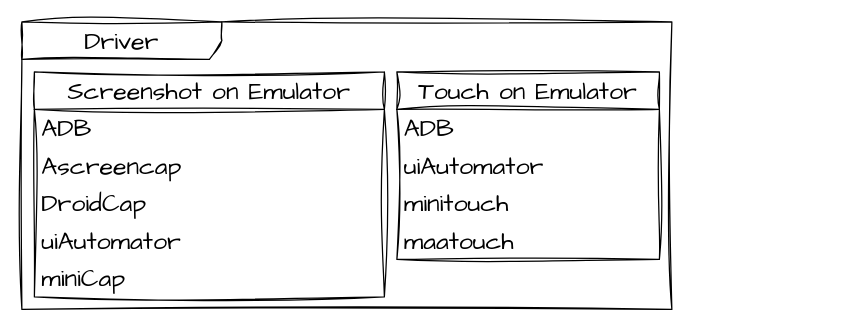
This is page "Driver" (4 of 6) of drawio/main.drawio from CherryGS/AutoScriptFramework, a draw.io file, before an edit. Source tidied: cells renumbered, new cells numbered last; positions are measured from the earlier drawing's top-left corner, leaving out a move shared by most shapes. Both pictures are drawn from the tidied source at 125%, with x=0, y=0 at pixel (21, 21).
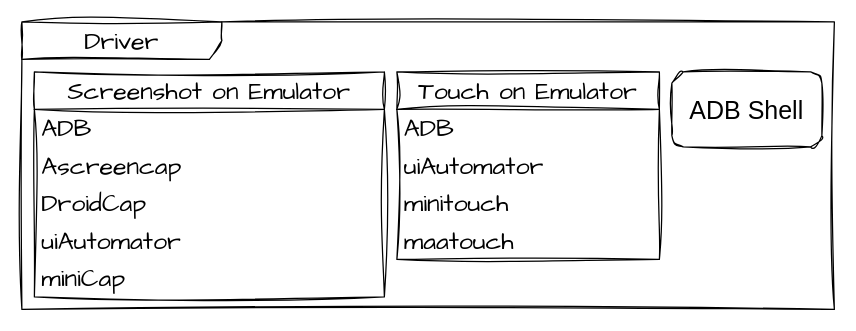
Above is the later version.

The edit, as a diff of the source:
```diff
@@
 <mxGraphModel>
   <root>
     <mxCell id="0" />
     <mxCell id="1" parent="0" />
     <mxCell id="2" value="Driver" style="shape=umlFrame;whiteSpace=wrap;html=1;width=160;sketch=1;hachureGap=4;jiggle=2;curveFitting=1;fontFamily=Architects Daughter;fontSize=20;" parent="1" vertex="1">
-      <mxGeometry width="520" height="230" as="geometry" />
+      <mxGeometry width="650" height="230" as="geometry" />
     </mxCell>
     <mxCell id="3" value="Screenshot on Emulator" style="swimlane;fontStyle=0;horizontal=1;startSize=30;whiteSpace=wrap;html=1;sketch=1;hachureGap=4;jiggle=2;curveFitting=1;fontFamily=Architects Daughter;fontSize=20;" parent="2" vertex="1">
       <mxGeometry x="10" y="40" width="280" height="180" as="geometry" />
     </mxCell>
     <mxCell id="4" value="ADB" style="text;strokeColor=none;fillColor=none;align=left;verticalAlign=middle;spacingLeft=4;spacingRight=4;overflow=hidden;whiteSpace=wrap;html=1;fontSize=20;fontFamily=Architects Daughter;" parent="3" vertex="1">
       <mxGeometry y="30" width="280" height="30" as="geometry" />
     </mxCell>
     <mxCell id="5" value="Ascreencap" style="text;strokeColor=none;fillColor=none;align=left;verticalAlign=middle;spacingLeft=4;spacingRight=4;overflow=hidden;whiteSpace=wrap;html=1;fontSize=20;fontFamily=Architects Daughter;" parent="3" vertex="1">
       <mxGeometry y="60" width="280" height="30" as="geometry" />
     </mxCell>
     <mxCell id="6" value="DroidCap" style="text;strokeColor=none;fillColor=none;align=left;verticalAlign=middle;spacingLeft=4;spacingRight=4;overflow=hidden;whiteSpace=wrap;html=1;fontSize=20;fontFamily=Architects Daughter;" parent="3" vertex="1">
       <mxGeometry y="90" width="280" height="30" as="geometry" />
     </mxCell>
     <mxCell id="7" value="uiAutomator" style="text;strokeColor=none;fillColor=none;align=left;verticalAlign=middle;spacingLeft=4;spacingRight=4;overflow=hidden;whiteSpace=wrap;html=1;fontSize=20;fontFamily=Architects Daughter;" parent="3" vertex="1">
       <mxGeometry y="120" width="280" height="30" as="geometry" />
     </mxCell>
     <mxCell id="8" value="miniCap" style="text;strokeColor=none;fillColor=none;align=left;verticalAlign=middle;spacingLeft=4;spacingRight=4;overflow=hidden;whiteSpace=wrap;html=1;fontSize=20;fontFamily=Architects Daughter;" parent="3" vertex="1">
       <mxGeometry y="150" width="280" height="30" as="geometry" />
     </mxCell>
     <mxCell id="9" value="Touch on Emulator" style="swimlane;fontStyle=0;horizontal=1;startSize=30;whiteSpace=wrap;html=1;sketch=1;hachureGap=4;jiggle=2;curveFitting=1;fontFamily=Architects Daughter;fontSize=20;" parent="2" vertex="1">
       <mxGeometry x="300" y="40" width="210" height="150" as="geometry" />
     </mxCell>
     <mxCell id="10" value="ADB" style="text;strokeColor=none;fillColor=none;align=left;verticalAlign=middle;spacingLeft=4;spacingRight=4;overflow=hidden;whiteSpace=wrap;html=1;fontSize=20;fontFamily=Architects Daughter;" parent="9" vertex="1">
       <mxGeometry y="30" width="210" height="30" as="geometry" />
     </mxCell>
     <mxCell id="11" value="uiAutomator" style="text;strokeColor=none;fillColor=none;align=left;verticalAlign=middle;spacingLeft=4;spacingRight=4;overflow=hidden;whiteSpace=wrap;html=1;fontSize=20;fontFamily=Architects Daughter;" parent="9" vertex="1">
       <mxGeometry y="60" width="210" height="30" as="geometry" />
     </mxCell>
     <mxCell id="12" value="minitouch" style="text;strokeColor=none;fillColor=none;align=left;verticalAlign=middle;spacingLeft=4;spacingRight=4;overflow=hidden;whiteSpace=wrap;html=1;fontSize=20;fontFamily=Architects Daughter;" parent="9" vertex="1">
       <mxGeometry y="90" width="210" height="30" as="geometry" />
     </mxCell>
     <mxCell id="13" value="maatouch" style="text;strokeColor=none;fillColor=none;align=left;verticalAlign=middle;spacingLeft=4;spacingRight=4;overflow=hidden;whiteSpace=wrap;html=1;fontSize=20;fontFamily=Architects Daughter;" parent="9" vertex="1">
       <mxGeometry y="120" width="210" height="30" as="geometry" />
     </mxCell>
+    <mxCell id="14" value="ADB Shell" style="rounded=1;whiteSpace=wrap;html=1;sketch=1;hachureGap=4;jiggle=2;curveFitting=1;strokeColor=default;fontFamily=Sarasa Fixed SC;fontSize=20;fontColor=default;fillColor=default;" parent="2" vertex="1">
+      <mxGeometry x="520" y="40" width="120" height="60" as="geometry" />
+    </mxCell>
   </root>
 </mxGraphModel>
```
